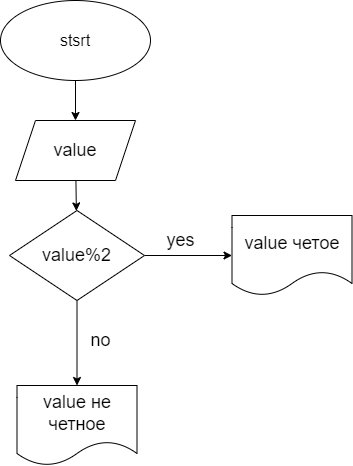
The draw.io diagram HW03/shema3.drawio.png in AlekseyPetrovv/homework, before a commit. Source tidied: cells renumbered, new cells last; positions are measured from the earlier drawing's top-left corner, leaving out a move shared by most shapes.
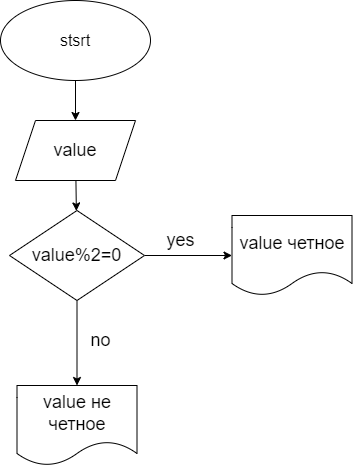
Above is the later version.

Commit message:
исправил схему

Diff of the diagram source:
```diff
@@ -20,10 +20,10 @@
     <mxCell id="7" style="edgeStyle=none;html=1;fontSize=18;" parent="1" edge="1" source="8" target="10">
       <mxGeometry relative="1" as="geometry" />
     </mxCell>
-    <mxCell id="8" value="&lt;font style=&quot;font-size: 18px&quot;&gt;value%2&lt;/font&gt;" style="rhombus;whiteSpace=wrap;html=1;" parent="1" vertex="1">
+    <mxCell id="8" value="&lt;font style=&quot;font-size: 18px&quot;&gt;value%2=0&lt;/font&gt;" style="rhombus;whiteSpace=wrap;html=1;" parent="1" vertex="1">
       <mxGeometry x="9" y="210" width="135" height="90" as="geometry" />
     </mxCell>
-    <mxCell id="9" value="&lt;font style=&quot;font-size: 18px&quot;&gt;value четое&lt;/font&gt;" style="shape=document;whiteSpace=wrap;html=1;boundedLbl=1;" parent="1" vertex="1">
+    <mxCell id="9" value="&lt;font style=&quot;font-size: 18px&quot;&gt;value четное&lt;/font&gt;" style="shape=document;whiteSpace=wrap;html=1;boundedLbl=1;" parent="1" vertex="1">
       <mxGeometry x="231.5" y="215" width="120" height="80" as="geometry" />
     </mxCell>
     <mxCell id="10" value="&lt;font style=&quot;font-size: 18px&quot;&gt;value не четное&lt;/font&gt;" style="shape=document;whiteSpace=wrap;html=1;boundedLbl=1;" parent="1" vertex="1">
```
